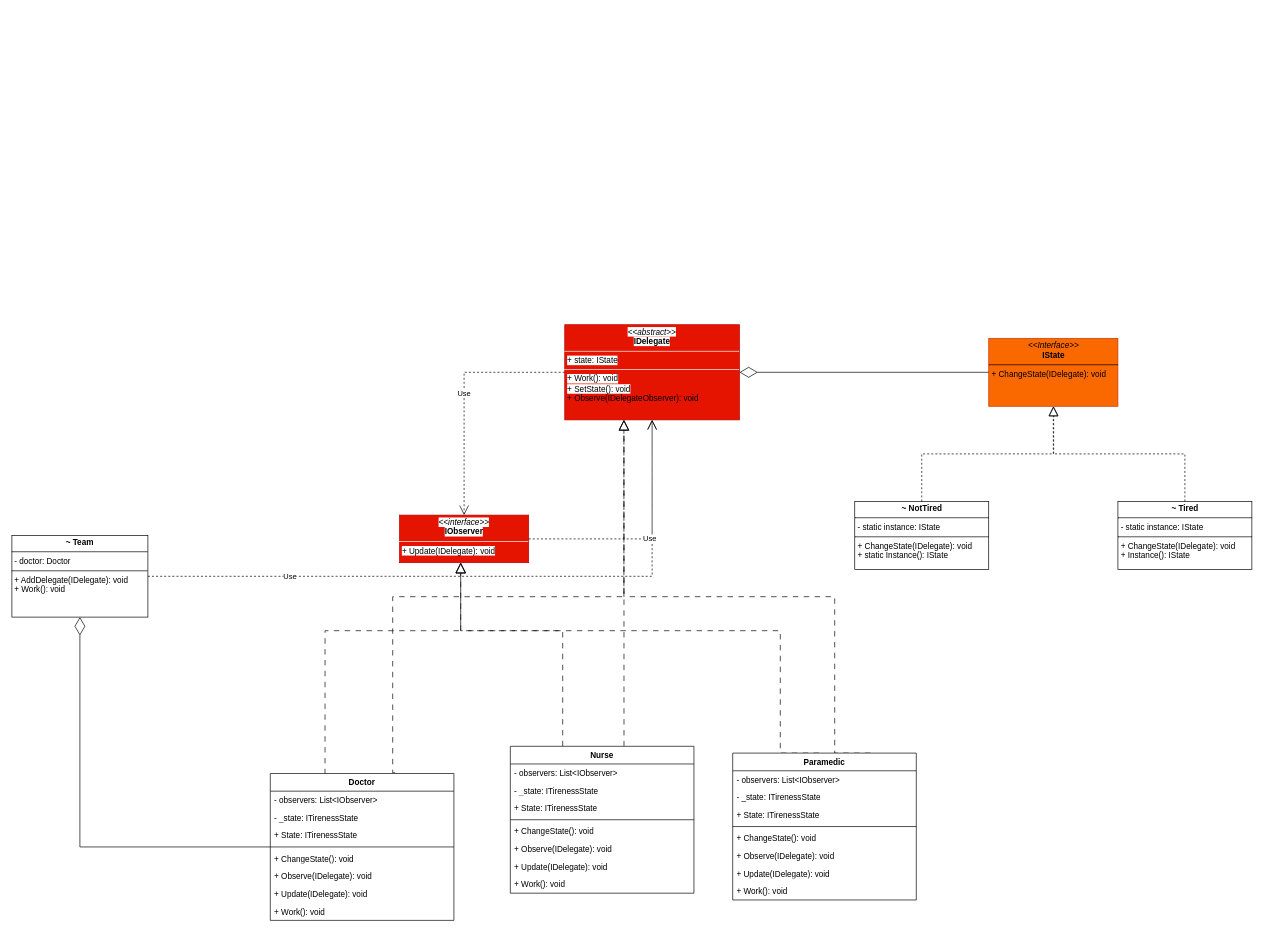
Before: SI_Devoir4/SI_Devoir4.drawio in MAUI-SI-IOS/SI_Devoir4, a draw.io diagram. Source tidied: cells renumbered, new cells numbered last; positions are measured from the earlier drawing's top-left corner, leaving out a move shared by most shapes. Both pictures are drawn from the tidied source at 68%, with x=0, y=0 at pixel (12, 324).
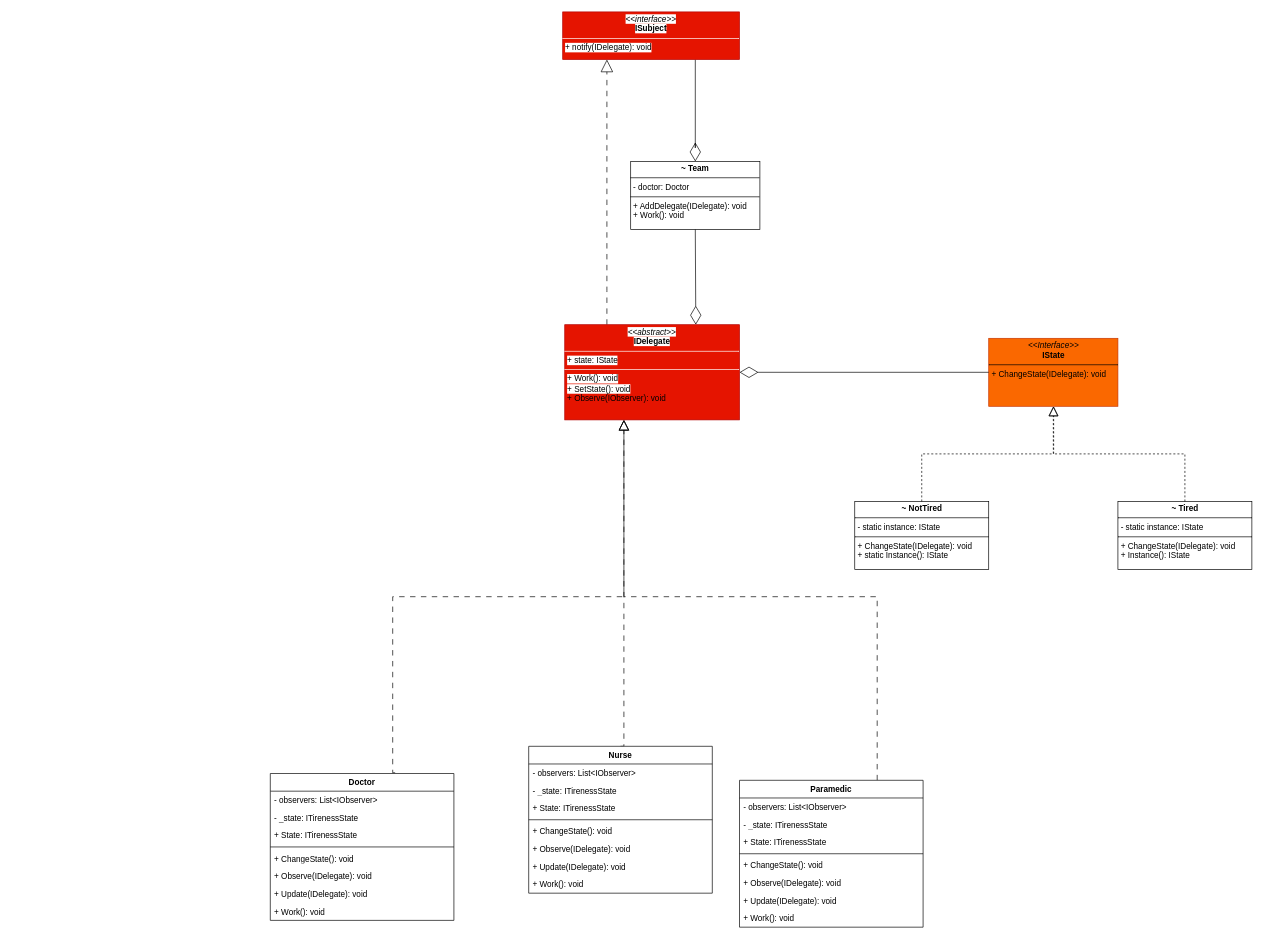
The same diagram, later.

The change refers to these unchanged cells:
```xml
<mxCell id="8" value="&lt;p style=&quot;margin:0px;margin-top:4px;text-align:center;&quot;&gt;&lt;i&gt;&amp;lt;&amp;lt;Interface&amp;gt;&amp;gt;&lt;/i&gt;&lt;br&gt;&lt;b&gt;IState&lt;/b&gt;&lt;/p&gt;&lt;hr size=&quot;1&quot; style=&quot;border-style:solid;&quot;&gt;&lt;p style=&quot;margin:0px;margin-left:4px;&quot;&gt;+ ChangeState(IDelegate): void&lt;/p&gt;" style="verticalAlign=top;align=left;overflow=fill;html=1;whiteSpace=wrap;fillColor=light-dark(#fa6800, #000000);fontColor=#000000;strokeColor=#C73500;" parent="1" vertex="1">
  <mxGeometry x="1436.5" y="20" width="190" height="100" as="geometry" />
</mxCell>
<mxCell id="30" value="Doctor" style="swimlane;fontStyle=1;align=center;verticalAlign=top;horizontal=1;startSize=26;whiteSpace=wrap;html=1;" parent="1" vertex="1">
  <mxGeometry x="380" y="660" width="270" height="216" as="geometry" />
</mxCell>
```

Change to the diagram source:
```diff
@@
     <mxCell id="2" value="&lt;p style=&quot;margin:0px;margin-top:4px;text-align:center;&quot;&gt;&lt;b&gt;~ Team&lt;/b&gt;&lt;/p&gt;&lt;hr size=&quot;1&quot; style=&quot;border-style:solid;&quot;&gt;&lt;p style=&quot;margin:0px;margin-left:4px;&quot;&gt;- doctor: Doctor&lt;/p&gt;&lt;hr size=&quot;1&quot; style=&quot;border-style:solid;&quot;&gt;&lt;p style=&quot;margin:0px;margin-left:4px;&quot;&gt;+ AddDelegate(IDelegate): void&lt;/p&gt;&lt;p style=&quot;margin:0px;margin-left:4px;&quot;&gt;+ Work(): void&lt;/p&gt;" style="verticalAlign=top;align=left;overflow=fill;html=1;whiteSpace=wrap;" parent="1" vertex="1">
-      <mxGeometry y="310" width="200" height="120" as="geometry" />
+      <mxGeometry x="910" y="-240" width="190" height="100" as="geometry" />
     </mxCell>
@@
-    <mxCell id="4" style="edgeStyle=orthogonalEdgeStyle;rounded=0;jettySize=auto;html=1;endArrow=block;endFill=0;endSize=13;strokeColor=light-dark(#000000,#FFACAC);exitX=0.619;exitY=0;exitDx=0;exitDy=0;exitPerimeter=0;dashed=1;dashPattern=8 8;" parent="1" edge="1" source="21" target="7">
+    <mxCell id="4" style="edgeStyle=orthogonalEdgeStyle;rounded=0;jettySize=auto;html=1;endArrow=block;endFill=0;endSize=13;strokeColor=light-dark(#000000,#FFACAC);exitX=0.5;exitY=0;exitDx=0;exitDy=0;dashed=1;dashPattern=8 8;" parent="1" edge="1" source="21" target="7">
       <mxGeometry relative="1" as="geometry">
         <Array as="points">
-          <mxPoint x="900" y="260" />
-          <mxPoint x="900" y="260" />
+          <mxPoint x="900" y="620" />
         </Array>
       </mxGeometry>
     </mxCell>
     <mxCell id="5" style="edgeStyle=orthogonalEdgeStyle;rounded=0;jettySize=auto;html=1;endArrow=block;endFill=0;endSize=13;strokeColor=light-dark(#000000,#FFACAC);exitX=0.75;exitY=0;exitDx=0;exitDy=0;dashed=1;dashPattern=8 8;" parent="1" edge="1" source="12" target="7">
       <mxGeometry relative="1" as="geometry">
         <Array as="points">
-          <mxPoint x="1210" y="630" />
-          <mxPoint x="1210" y="400" />
+          <mxPoint x="1272" y="400" />
           <mxPoint x="900" y="400" />
         </Array>
       </mxGeometry>
     </mxCell>
-    <mxCell id="6" style="edgeStyle=orthogonalEdgeStyle;rounded=0;jettySize=auto;html=1;dashed=1;dashPattern=8 8;endArrow=block;endFill=0;endSize=13;strokeColor=light-dark(#000000,#0000FF);exitX=0.298;exitY=0.005;exitDx=0;exitDy=0;exitPerimeter=0;" parent="1" edge="1" source="30" target="9">
-      <mxGeometry relative="1" as="geometry">
-        <Array as="points">
-          <mxPoint x="461" y="450" />
-          <mxPoint x="660" y="450" />
-        </Array>
-      </mxGeometry>
-    </mxCell>
+    <mxCell id="47" style="edgeStyle=orthogonalEdgeStyle;rounded=0;jettySize=auto;html=1;entryX=0.25;entryY=1;entryDx=0;entryDy=0;endArrow=block;endFill=0;endSize=16;targetPerimeterSpacing=-1;dashed=1;dashPattern=8 8;" parent="1" edge="1" source="7" target="9">
+      <mxGeometry relative="1" as="geometry">
+        <Array as="points">
+          <mxPoint x="875" y="-50" />
+          <mxPoint x="875" y="-50" />
+        </Array>
+      </mxGeometry>
+    </mxCell>
-    <mxCell id="7" value="&lt;p style=&quot;margin:0px;margin-top:4px;text-align:center;&quot;&gt;&lt;font style=&quot;background-color: light-dark(#ffffff, var(--ge-dark-color, #121212)); color: light-dark(rgb(0, 0, 0), rgb(255, 249, 243));&quot;&gt;&lt;i style=&quot;&quot;&gt;&amp;lt;&amp;lt;abstract&amp;gt;&amp;gt;&lt;/i&gt;&lt;br&gt;&lt;b style=&quot;&quot;&gt;IDelegate&lt;/b&gt;&lt;/font&gt;&lt;/p&gt;&lt;hr size=&quot;1&quot; style=&quot;border-style:solid;&quot;&gt;&lt;p style=&quot;margin:0px;margin-left:4px;&quot;&gt;&lt;font style=&quot;background-color: light-dark(#ffffff, var(--ge-dark-color, #121212)); color: light-dark(rgb(0, 0, 0), rgb(255, 249, 243));&quot;&gt;+ state: IState&lt;/font&gt;&lt;br&gt;&lt;/p&gt;&lt;hr size=&quot;1&quot; style=&quot;border-style:solid;&quot;&gt;&lt;p style=&quot;margin:0px;margin-left:4px;&quot;&gt;&lt;font style=&quot;color: light-dark(rgb(0, 0, 0), rgb(255, 249, 243));&quot;&gt;&lt;font style=&quot;background-color: light-dark(#ffffff, var(--ge-dark-color, #121212));&quot;&gt;+ Work(): void&lt;/font&gt;&lt;/font&gt;&lt;/p&gt;&lt;p style=&quot;margin:0px;margin-left:4px;&quot;&gt;&lt;font style=&quot;color: light-dark(rgb(0, 0, 0), rgb(255, 249, 243));&quot;&gt;&lt;font style=&quot;background-color: light-dark(#ffffff, var(--ge-dark-color, #121212));&quot;&gt;+ SetState(): void&lt;/font&gt;&lt;/font&gt;&lt;/p&gt;&lt;p style=&quot;margin:0px;margin-left:4px;&quot;&gt;&lt;font style=&quot;color: light-dark(rgb(0, 0, 0), rgb(255, 249, 243));&quot;&gt;+ Observe(IDelegateObserver): void&lt;br&gt;&lt;/font&gt;&lt;br&gt;&lt;/p&gt;" style="verticalAlign=top;align=left;overflow=fill;html=1;whiteSpace=wrap;fillColor=light-dark(#e51400, #000000);fontColor=#ffffff;strokeColor=#B20000;" parent="1" vertex="1">
+    <mxCell id="7" value="&lt;p style=&quot;margin:0px;margin-top:4px;text-align:center;&quot;&gt;&lt;font style=&quot;background-color: light-dark(#ffffff, var(--ge-dark-color, #121212)); color: light-dark(rgb(0, 0, 0), rgb(255, 249, 243));&quot;&gt;&lt;i style=&quot;&quot;&gt;&amp;lt;&amp;lt;abstract&amp;gt;&amp;gt;&lt;/i&gt;&lt;br&gt;&lt;b style=&quot;&quot;&gt;IDelegate&lt;/b&gt;&lt;/font&gt;&lt;/p&gt;&lt;hr size=&quot;1&quot; style=&quot;border-style:solid;&quot;&gt;&lt;p style=&quot;margin:0px;margin-left:4px;&quot;&gt;&lt;font style=&quot;background-color: light-dark(#ffffff, var(--ge-dark-color, #121212)); color: light-dark(rgb(0, 0, 0), rgb(255, 249, 243));&quot;&gt;+ state: IState&lt;/font&gt;&lt;br&gt;&lt;/p&gt;&lt;hr size=&quot;1&quot; style=&quot;border-style:solid;&quot;&gt;&lt;p style=&quot;margin:0px;margin-left:4px;&quot;&gt;&lt;font style=&quot;color: light-dark(rgb(0, 0, 0), rgb(255, 249, 243));&quot;&gt;&lt;font style=&quot;background-color: light-dark(#ffffff, var(--ge-dark-color, #121212));&quot;&gt;+ Work(): void&lt;/font&gt;&lt;/font&gt;&lt;/p&gt;&lt;p style=&quot;margin:0px;margin-left:4px;&quot;&gt;&lt;font style=&quot;color: light-dark(rgb(0, 0, 0), rgb(255, 249, 243));&quot;&gt;&lt;font style=&quot;background-color: light-dark(#ffffff, var(--ge-dark-color, #121212));&quot;&gt;+ SetState(): void&lt;/font&gt;&lt;/font&gt;&lt;/p&gt;&lt;p style=&quot;margin:0px;margin-left:4px;&quot;&gt;&lt;font style=&quot;color: light-dark(rgb(0, 0, 0), rgb(255, 249, 243));&quot;&gt;+ Observe(IObserver): void&lt;br&gt;&lt;/font&gt;&lt;br&gt;&lt;/p&gt;" style="verticalAlign=top;align=left;overflow=fill;html=1;whiteSpace=wrap;fillColor=light-dark(#e51400, #000000);fontColor=#ffffff;strokeColor=#B20000;" parent="1" vertex="1">
       <mxGeometry x="813" width="257" height="140" as="geometry" />
     </mxCell>
@@
+    <mxCell id="48" style="edgeStyle=orthogonalEdgeStyle;rounded=0;jettySize=auto;html=1;entryX=0.5;entryY=0;entryDx=0;entryDy=0;endArrow=diamondThin;endFill=0;endSize=25;exitX=0.75;exitY=1;exitDx=0;exitDy=0;" parent="1" edge="1" source="9" target="2">
+      <mxGeometry relative="1" as="geometry">
+        <Array as="points">
+          <mxPoint x="1005" y="-260" />
+        </Array>
+      </mxGeometry>
+    </mxCell>
-    <mxCell id="9" value="&lt;p style=&quot;margin:0px;margin-top:4px;text-align:center;&quot;&gt;&lt;font style=&quot;background-color: light-dark(#ffffff, var(--ge-dark-color, #121212)); color: light-dark(rgb(0, 0, 0), rgb(255, 249, 243));&quot;&gt;&lt;i style=&quot;&quot;&gt;&amp;lt;&amp;lt;interface&amp;gt;&amp;gt;&lt;/i&gt;&lt;br&gt;&lt;b style=&quot;&quot;&gt;IObserver&lt;/b&gt;&lt;/font&gt;&lt;/p&gt;&lt;hr size=&quot;1&quot; style=&quot;border-style:solid;&quot;&gt;&lt;p style=&quot;margin:0px;margin-left:4px;&quot;&gt;&lt;font style=&quot;background-color: light-dark(#ffffff, var(--ge-dark-color, #121212)); color: light-dark(rgb(0, 0, 0), rgb(255, 249, 243));&quot;&gt;+ Update(IDelegate): void&lt;/font&gt;&lt;/p&gt;" style="verticalAlign=top;align=left;overflow=fill;html=1;whiteSpace=wrap;fillColor=light-dark(#e51400, #000000);fontColor=#ffffff;strokeColor=light-dark(#B20000,#0000FF);" parent="1" vertex="1">
-      <mxGeometry x="570" y="280" width="190" height="70" as="geometry" />
+    <mxCell id="9" value="&lt;p style=&quot;margin:0px;margin-top:4px;text-align:center;&quot;&gt;&lt;font style=&quot;background-color: light-dark(#ffffff, var(--ge-dark-color, #121212)); color: light-dark(rgb(0, 0, 0), rgb(255, 249, 243));&quot;&gt;&lt;i style=&quot;&quot;&gt;&amp;lt;&amp;lt;interface&amp;gt;&amp;gt;&lt;/i&gt;&lt;br&gt;&lt;b style=&quot;&quot;&gt;ISubject&lt;/b&gt;&lt;/font&gt;&lt;/p&gt;&lt;hr size=&quot;1&quot; style=&quot;border-style:solid;&quot;&gt;&lt;p style=&quot;margin:0px;margin-left:4px;&quot;&gt;&lt;font style=&quot;background-color: light-dark(#ffffff, var(--ge-dark-color, #121212)); color: light-dark(rgb(0, 0, 0), rgb(255, 249, 243));&quot;&gt;+ notify(IDelegate): void&lt;/font&gt;&lt;/p&gt;" style="verticalAlign=top;align=left;overflow=fill;html=1;whiteSpace=wrap;fillColor=light-dark(#e51400, #000000);fontColor=#ffffff;strokeColor=light-dark(#B20000,#0000FF);" parent="1" vertex="1">
+      <mxGeometry x="810" y="-460" width="260" height="70" as="geometry" />
     </mxCell>
-    <mxCell id="10" style="edgeStyle=orthogonalEdgeStyle;rounded=0;jettySize=auto;html=1;dashed=1;dashPattern=8 8;endArrow=block;endFill=0;endSize=13;strokeColor=light-dark(#000000,#0000FF);" parent="1" edge="1" target="9">
-      <mxGeometry relative="1" as="geometry">
-        <mxPoint x="810" y="620" as="sourcePoint" />
-        <Array as="points">
-          <mxPoint x="810" y="450" />
-          <mxPoint x="660" y="450" />
-        </Array>
-      </mxGeometry>
-    </mxCell>
-    <mxCell id="11" style="edgeStyle=orthogonalEdgeStyle;rounded=0;jettySize=auto;html=1;dashed=1;dashPattern=8 8;endArrow=block;endFill=0;endSize=13;strokeColor=light-dark(#000000,#0000FF);exitX=0.47;exitY=0;exitDx=0;exitDy=0;exitPerimeter=0;" parent="1" edge="1" source="12">
-      <mxGeometry relative="1" as="geometry">
-        <mxPoint x="660" y="350" as="targetPoint" />
-        <Array as="points">
-          <mxPoint x="1130" y="630" />
-          <mxPoint x="1130" y="450" />
-          <mxPoint x="660" y="450" />
-        </Array>
-      </mxGeometry>
-    </mxCell>
     <mxCell id="12" value="Paramedic" style="swimlane;fontStyle=1;align=center;verticalAlign=top;horizontal=1;startSize=26;whiteSpace=wrap;html=1;" parent="1" vertex="1">
-      <mxGeometry x="1060" y="630" width="270" height="216" as="geometry" />
+      <mxGeometry x="1070" y="670" width="270" height="216" as="geometry" />
     </mxCell>
@@
     <mxCell id="21" value="Nurse" style="swimlane;fontStyle=1;align=center;verticalAlign=top;horizontal=1;startSize=26;whiteSpace=wrap;html=1;" parent="1" vertex="1">
-      <mxGeometry x="733" y="620" width="270" height="216" as="geometry" />
+      <mxGeometry x="760" y="620" width="270" height="216" as="geometry" />
     </mxCell>
@@
-    <mxCell id="41" style="endArrow=diamondThin;endFill=0;endSize=24;html=1;rounded=0;" parent="1" edge="1" source="8" target="7">
+    <mxCell id="41" style="endArrow=diamondThin;endFill=0;endSize=25;html=1;rounded=0;" parent="1" edge="1" source="8" target="7">
       <mxGeometry relative="1" as="geometry" />
     </mxCell>
@@
-    <mxCell id="44" style="endArrow=diamondThin;endFill=0;endSize=24;html=1;rounded=0;edgeStyle=orthogonalEdgeStyle;" parent="1" edge="1" source="30" target="2">
-      <mxGeometry relative="1" as="geometry" />
-    </mxCell>
-    <mxCell id="45" value="Use" style="endArrow=open;endSize=12;dashed=1;html=1;rounded=0;edgeStyle=orthogonalEdgeStyle;" parent="1" edge="1" source="2" target="7">
-      <mxGeometry x="-0.57" relative="1" as="geometry" />
+    <mxCell id="45" style="edgeStyle=orthogonalEdgeStyle;rounded=0;jettySize=auto;html=1;entryX=0.75;entryY=0;entryDx=0;entryDy=0;endArrow=diamondThin;endFill=0;endSize=25;exitX=0.5;exitY=1;exitDx=0;exitDy=0;" parent="1" edge="1" source="2" target="7">
+      <mxGeometry relative="1" as="geometry">
+        <Array as="points">
+          <mxPoint x="1006" y="-140" />
+        </Array>
+      </mxGeometry>
     </mxCell>
-    <mxCell id="46" value="Use" style="endArrow=open;endSize=12;dashed=1;html=1;rounded=0;edgeStyle=orthogonalEdgeStyle;" parent="1" edge="1" source="9" target="7">
-      <mxGeometry relative="1" as="geometry" />
-    </mxCell>
-    <mxCell id="47" value="Use" style="endArrow=open;endSize=12;dashed=1;html=1;rounded=0;edgeStyle=orthogonalEdgeStyle;" parent="1" edge="1" source="7" target="9">
-      <mxGeometry relative="1" as="geometry" />
-    </mxCell>
```
